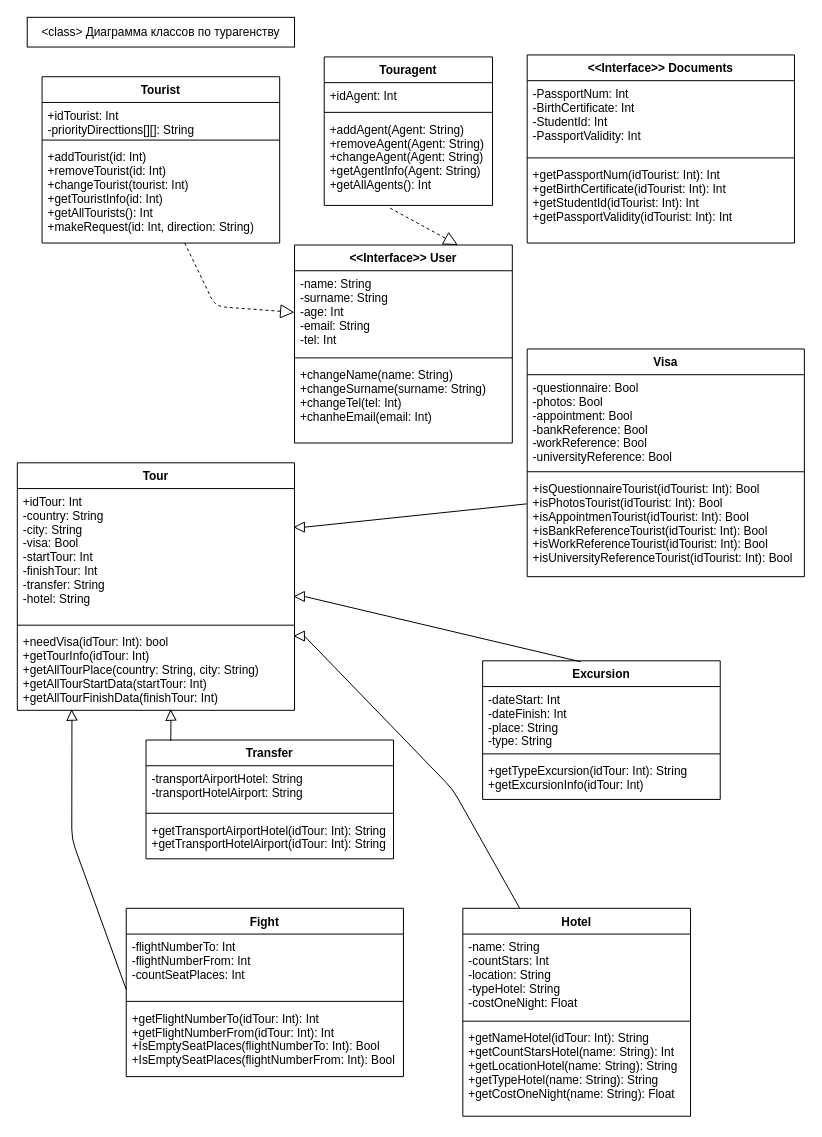
The draw.io diagram Untitled Diagram.drawio in f0rsunka/UML, before the edit. Source tidied: cells renumbered, new cells numbered last; positions are measured from the earlier drawing's top-left corner, leaving out a move shared by most shapes. Both pictures are drawn from the tidied source at 99%, with x=0, y=0 at pixel (17, 17).
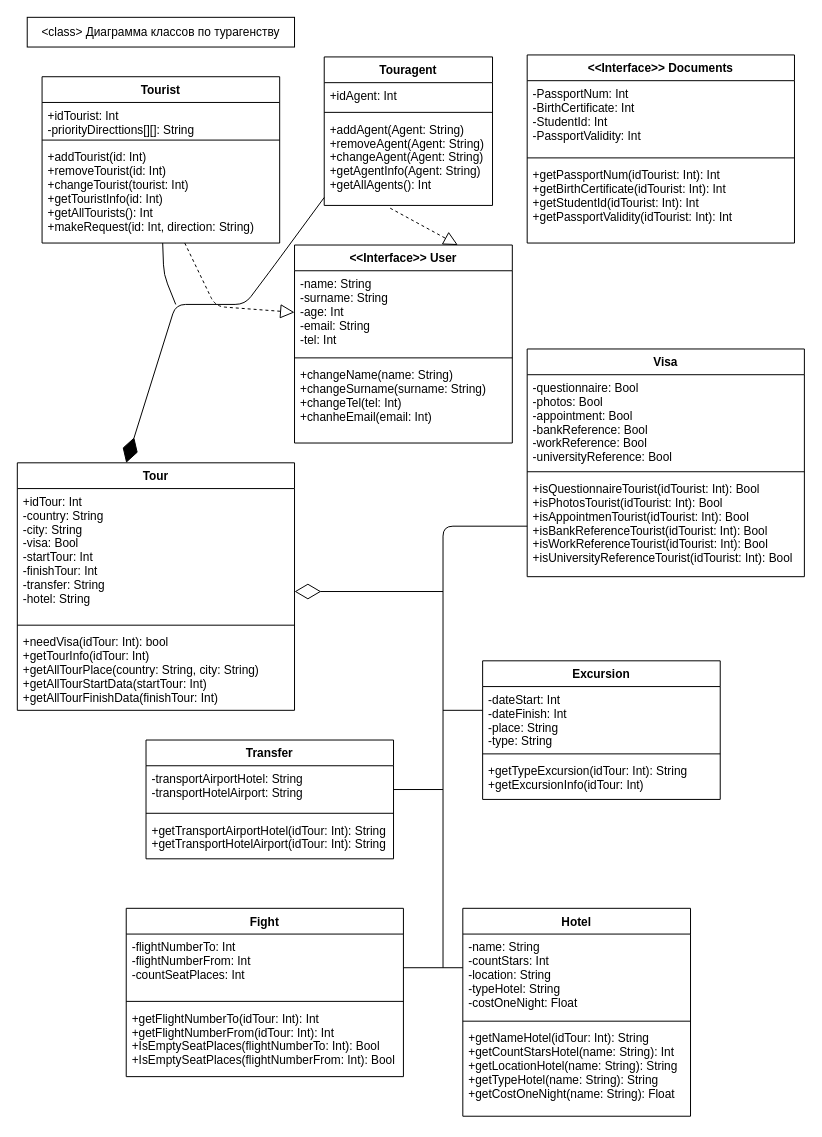
The same diagram, later.

Unchanged cells that the change refers to:
```xml
<mxCell id="8" value="+addTourist(id: Int)&#10;+removeTourist(id: Int)&#10;+changeTourist(tourist: Int)&#10;+getTouristInfo(id: Int)&#10;+getAllTourists(): Int&#10;+makeRequest(id: Int, direction: String)" style="text;strokeColor=none;fillColor=none;align=left;verticalAlign=top;spacingLeft=4;spacingRight=4;overflow=hidden;points=[[0,0.5],[1,0.5]];portConstraint=eastwest;" parent="5" vertex="1">
  <mxGeometry y="68" width="240" height="100" as="geometry" />
</mxCell>
<mxCell id="12" value="+addAgent(Agent: String)&#10;+removeAgent(Agent: String)&#10;+changeAgent(Agent: String)&#10;+getAgentInfo(Agent: String)&#10;+getAllAgents(): Int" style="text;strokeColor=none;fillColor=none;align=left;verticalAlign=top;spacingLeft=4;spacingRight=4;overflow=hidden;points=[[0,0.5],[1,0.5]];portConstraint=eastwest;" parent="9" vertex="1">
  <mxGeometry y="60" width="170" height="90" as="geometry" />
</mxCell>
<mxCell id="28" value="+isQuestionnaireTourist(idTourist: Int): Bool&#10;+isPhotosTourist(idTourist: Int): Bool&#10;+isAppointmenTourist(idTourist: Int): Bool&#10;+isBankReferenceTourist(idTourist: Int): Bool&#10;+isWorkReferenceTourist(idTourist: Int): Bool&#10;+isUniversityReferenceTourist(idTourist: Int): Bool" style="text;strokeColor=none;fillColor=none;align=left;verticalAlign=top;spacingLeft=4;spacingRight=4;overflow=hidden;points=[[0,0.5],[1,0.5]];portConstraint=eastwest;" parent="25" vertex="1">
  <mxGeometry y="128" width="280" height="102" as="geometry" />
</mxCell>
<mxCell id="33" value="Excursion" style="swimlane;fontStyle=1;align=center;verticalAlign=top;horizontal=1;startSize=26;" parent="1" vertex="1">
  <mxGeometry x="470" y="650" width="240" height="140" as="geometry" />
</mxCell>
<mxCell id="37" value="Hotel" style="swimlane;fontStyle=1;align=center;verticalAlign=top;horizontal=1;startSize=26;" parent="1" vertex="1">
  <mxGeometry x="450" y="900" width="230" height="210" as="geometry" />
</mxCell>
<mxCell id="42" value="-flightNumberTo: Int&#10;-flightNumberFrom: Int&#10;-countSeatPlaces: Int" style="text;strokeColor=none;fillColor=none;align=left;verticalAlign=top;spacingLeft=4;spacingRight=4;overflow=hidden;points=[[0,0.5],[1,0.5]];portConstraint=eastwest;" parent="41" vertex="1">
  <mxGeometry y="26" width="280" height="64" as="geometry" />
</mxCell>
<mxCell id="45" value="Transfer" style="swimlane;fontStyle=1;align=center;verticalAlign=top;horizontal=1;startSize=26;" parent="1" vertex="1">
  <mxGeometry x="130" y="730" width="250" height="120" as="geometry" />
</mxCell>
```

Diff of the diagram source:
```diff
@@
-    <mxCell id="17" style="triangle;whiteSpace=wrap;html=1;rotation=-180;" parent="1" vertex="1">
-      <mxGeometry x="280" y="620" width="10" height="10" as="geometry" />
-    </mxCell>
-    <mxCell id="18" style="endArrow=none;html=1;exitX=0.25;exitY=0;exitDx=0;exitDy=0;entryX=0;entryY=0.5;entryDx=0;entryDy=0;" parent="1" edge="1" source="37" target="17">
-      <mxGeometry relative="1" as="geometry">
-        <Array as="points">
-          <mxPoint x="440" y="780" />
-        </Array>
-      </mxGeometry>
-    </mxCell>
-    <mxCell id="19" style="endArrow=none;html=1;entryX=0;entryY=0.875;entryDx=0;entryDy=0;entryPerimeter=0;exitX=0;exitY=0.5;exitDx=0;exitDy=0;" parent="1" edge="1" source="20" target="42">
-      <mxGeometry relative="1" as="geometry">
-        <Array as="points">
-          <mxPoint x="55" y="830" />
-        </Array>
-      </mxGeometry>
-    </mxCell>
-    <mxCell id="20" style="triangle;whiteSpace=wrap;html=1;rotation=-92;" parent="1" vertex="1">
-      <mxGeometry x="50" y="700" width="10" height="10" as="geometry" />
-    </mxCell>
@@
-    <mxCell id="49" style="triangle;whiteSpace=wrap;html=1;rotation=-92;" parent="1" vertex="1">
-      <mxGeometry x="150" y="700" width="10" height="10" as="geometry" />
-    </mxCell>
-    <mxCell id="50" style="endArrow=none;html=1;exitX=0.1;exitY=0.008;exitDx=0;exitDy=0;exitPerimeter=0;entryX=0;entryY=0.5;entryDx=0;entryDy=0;" parent="1" edge="1" source="45" target="49">
-      <mxGeometry relative="1" as="geometry" />
-    </mxCell>
-    <mxCell id="51" style="endArrow=none;html=1;exitX=0.413;exitY=0.007;exitDx=0;exitDy=0;exitPerimeter=0;entryX=0;entryY=0.5;entryDx=0;entryDy=0;" parent="1" edge="1" source="33" target="52">
-      <mxGeometry relative="1" as="geometry" />
-    </mxCell>
-    <mxCell id="52" style="triangle;whiteSpace=wrap;html=1;rotation=-180;" parent="1" vertex="1">
-      <mxGeometry x="280" y="580" width="10" height="10" as="geometry" />
-    </mxCell>
-    <mxCell id="53" style="endArrow=none;html=1;entryX=-0.002;entryY=0.279;entryDx=0;entryDy=0;entryPerimeter=0;exitX=0;exitY=0.5;exitDx=0;exitDy=0;" parent="1" edge="1" source="54" target="28">
-      <mxGeometry relative="1" as="geometry" />
-    </mxCell>
-    <mxCell id="54" style="triangle;whiteSpace=wrap;html=1;rotation=-180;" parent="1" vertex="1">
-      <mxGeometry x="280" y="510" width="10" height="10" as="geometry" />
-    </mxCell>
+    <mxCell id="55" style="endArrow=none;html=1;entryX=0;entryY=0.5;entryDx=0;entryDy=0;" parent="1" edge="1" target="28">
+      <mxGeometry relative="1" as="geometry">
+        <mxPoint x="430" y="960" as="sourcePoint" />
+        <Array as="points">
+          <mxPoint x="430" y="514" />
+        </Array>
+      </mxGeometry>
+    </mxCell>
+    <mxCell id="56" style="endArrow=none;html=1;" parent="1" edge="1">
+      <mxGeometry relative="1" as="geometry">
+        <mxPoint x="390" y="960" as="sourcePoint" />
+        <mxPoint x="450" y="960" as="targetPoint" />
+      </mxGeometry>
+    </mxCell>
+    <mxCell id="57" style="endArrow=none;html=1;" parent="1" edge="1">
+      <mxGeometry relative="1" as="geometry">
+        <mxPoint x="380" y="780" as="sourcePoint" />
+        <mxPoint x="430" y="780" as="targetPoint" />
+      </mxGeometry>
+    </mxCell>
+    <mxCell id="58" style="endArrow=none;html=1;" parent="1" edge="1">
+      <mxGeometry relative="1" as="geometry">
+        <mxPoint x="430" y="700" as="sourcePoint" />
+        <mxPoint x="470" y="700" as="targetPoint" />
+      </mxGeometry>
+    </mxCell>
+    <mxCell id="59" style="endArrow=diamondThin;endFill=0;endSize=24;html=1;" parent="1" edge="1">
+      <mxGeometry relative="1" as="geometry">
+        <mxPoint x="430" y="580" as="sourcePoint" />
+        <mxPoint x="280" y="580" as="targetPoint" />
+      </mxGeometry>
+    </mxCell>
+    <mxCell id="60" style="endArrow=diamondThin;endFill=1;endSize=24;html=1;exitX=0;exitY=0.911;exitDx=0;exitDy=0;exitPerimeter=0;" parent="1" edge="1" source="12">
+      <mxGeometry relative="1" as="geometry">
+        <mxPoint x="110" y="450" as="targetPoint" />
+        <Array as="points">
+          <mxPoint x="260" y="250" />
+          <mxPoint x="230" y="290" />
+          <mxPoint x="160" y="290" />
+        </Array>
+      </mxGeometry>
+    </mxCell>
+    <mxCell id="61" style="endArrow=none;html=1;" parent="1" edge="1" target="8">
+      <mxGeometry relative="1" as="geometry">
+        <mxPoint x="160" y="290" as="sourcePoint" />
+        <Array as="points">
+          <mxPoint x="148" y="260" />
+        </Array>
+      </mxGeometry>
+    </mxCell>
```
